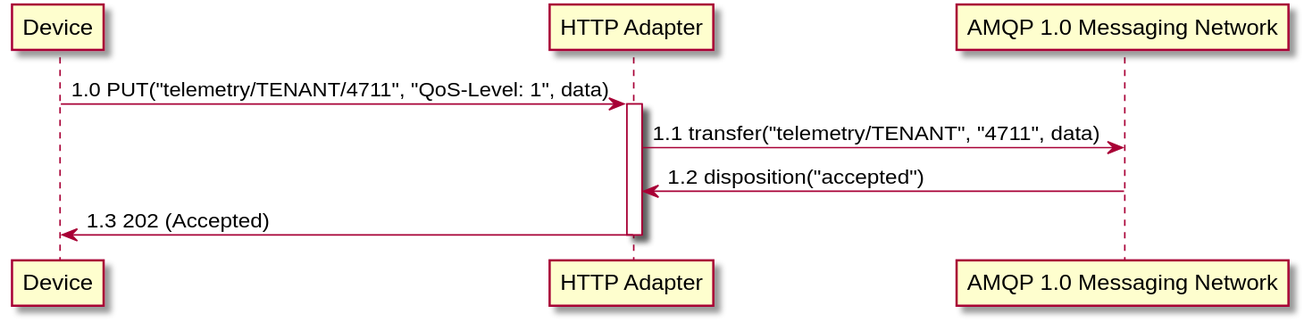
eclipse-hono/hono keeps this PlantUML diagram as site/documentation/content/api/forwardTelemetry_qos1.svg. Above is the earlier version. The source it was exported from:
```plantuml
@startuml
scale 1.2

participant Device
participant "HTTP Adapter"
participant "AMQP 1.0 Messaging Network"

Device -> "HTTP Adapter"++: 1.0 PUT("telemetry/TENANT/4711", "QoS-Level: 1", data)
"HTTP Adapter" -> "AMQP 1.0 Messaging Network": 1.1 transfer("telemetry/TENANT", "4711", data)
"AMQP 1.0 Messaging Network" -> "HTTP Adapter": 1.2 disposition("accepted")
"HTTP Adapter" -> Device--: 1.3 202 (Accepted)
@enduml
```
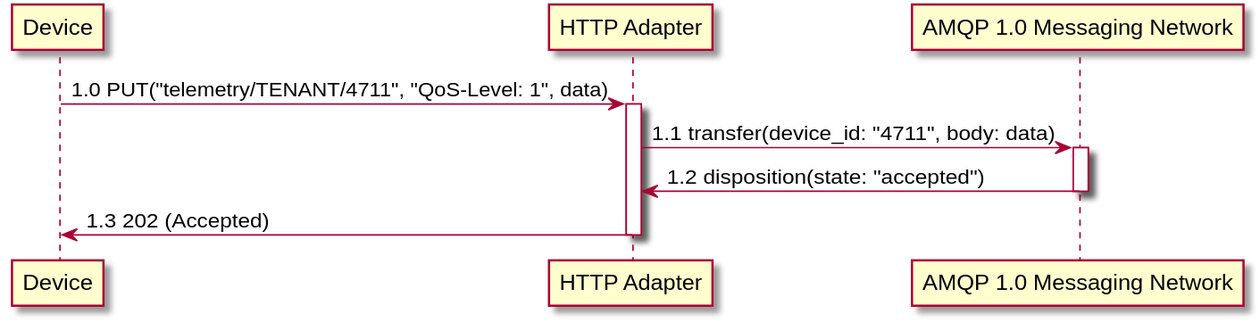
The same diagram one commit later.

What changed in the source:
```diff
@@ -5,8 +5,8 @@
 participant "HTTP Adapter"
 participant "AMQP 1.0 Messaging Network"
 
-Device -> "HTTP Adapter"++: 1.0 PUT("telemetry/TENANT/4711", "QoS-Level: 1", data)
-"HTTP Adapter" -> "AMQP 1.0 Messaging Network": 1.1 transfer("telemetry/TENANT", "4711", data)
-"AMQP 1.0 Messaging Network" -> "HTTP Adapter": 1.2 disposition("accepted")
-"HTTP Adapter" -> Device--: 1.3 202 (Accepted)
+Device -> "HTTP Adapter"+: 1.0 PUT("telemetry/TENANT/4711", "QoS-Level: 1", data)
+"HTTP Adapter" -> "AMQP 1.0 Messaging Network"+: 1.1 transfer(device_id: "4711", body: data)
+"AMQP 1.0 Messaging Network" -> "HTTP Adapter"-: 1.2 disposition(state: "accepted")
+"HTTP Adapter" -> Device-: 1.3 202 (Accepted)
 @enduml
```
